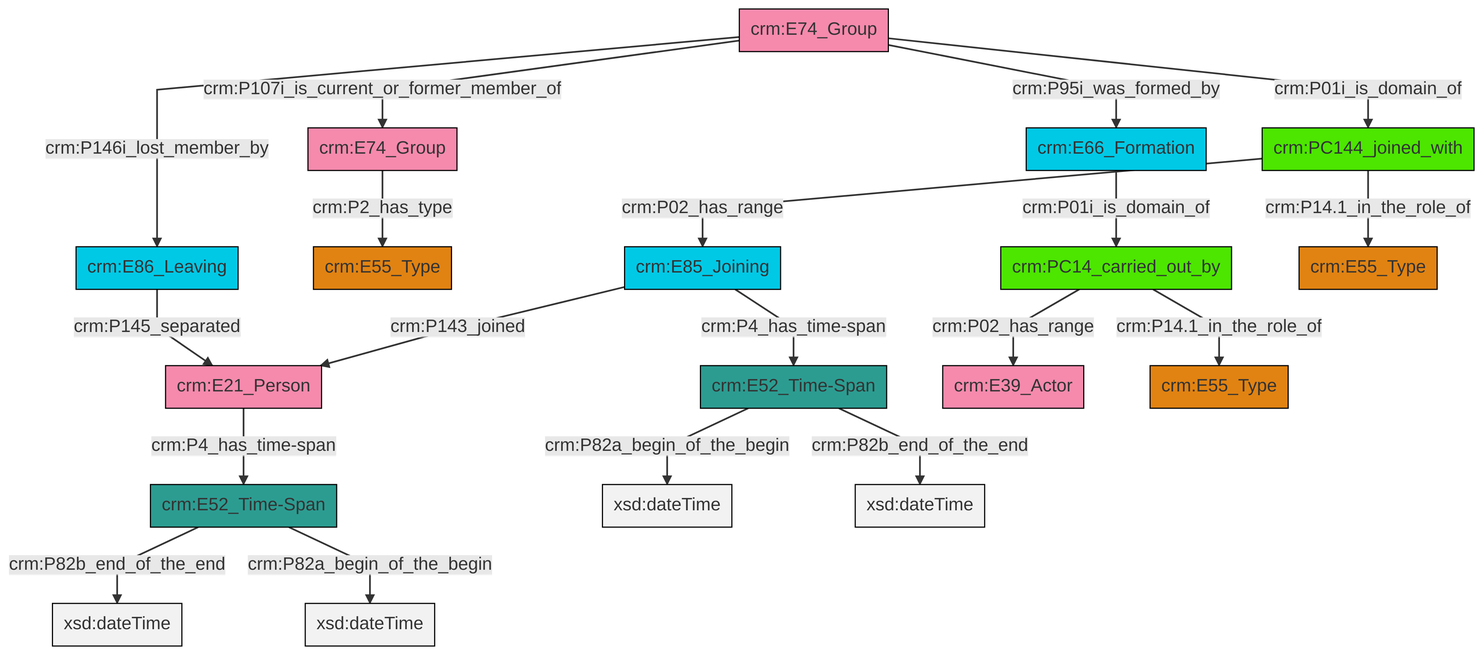
Above: et/groupCSV/ttl/mmd/png/group_actor_relations.png in swiss-art-research-net/docs.swissartresearch (Mermaid), before the change. Its source is kept beside it as et/groupCSV/ttl/mmd/group_actor_relations.ttl.mmd.
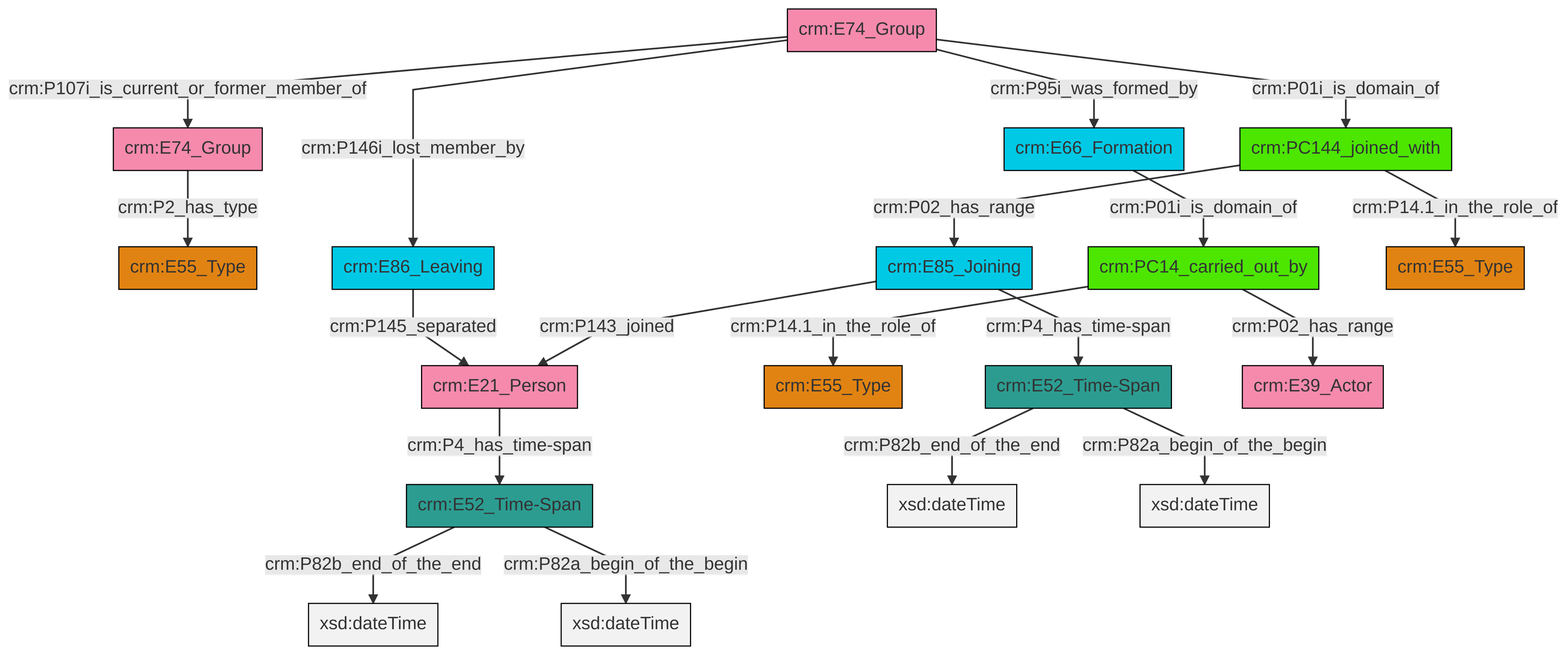
After the change.

Diff of the diagram source:
```diff
@@ -13,21 +13,21 @@
 classDef PC_Classes fill:#4ce600, stroke:#000000;
 classDef Multi fill:#cccccc,stroke:#000000;
 
-2["crm:E85_Joining"]:::Temporal_Entity -->|crm:P143_joined| 3["crm:E21_Person"]:::Actor
-6["crm:E74_Group"]:::Actor -->|crm:P01i_is_domain_of| 7["crm:PC144_joined_with"]:::PC_Classes
-3["crm:E21_Person"]:::Actor -->|crm:P4_has_time-span| 0["crm:E52_Time-Span"]:::Time-Span
-2["crm:E85_Joining"]:::Temporal_Entity -->|crm:P4_has_time-span| 11["crm:E52_Time-Span"]:::Time-Span
-15["crm:E86_Leaving"]:::Temporal_Entity -->|crm:P145_separated| 3["crm:E21_Person"]:::Actor
-9["crm:PC14_carried_out_by"]:::PC_Classes -->|crm:P02_has_range| 13["crm:E39_Actor"]:::Actor
-6["crm:E74_Group"]:::Actor -->|crm:P95i_was_formed_by| 19["crm:E66_Formation"]:::Temporal_Entity
-0["crm:E52_Time-Span"]:::Time-Span -->|crm:P82b_end_of_the_end| 20[xsd:dateTime]:::Literal
-7["crm:PC144_joined_with"]:::PC_Classes -->|crm:P14.1_in_the_role_of| 22["crm:E55_Type"]:::Type
-11["crm:E52_Time-Span"]:::Time-Span -->|crm:P82a_begin_of_the_begin| 23[xsd:dateTime]:::Literal
-0["crm:E52_Time-Span"]:::Time-Span -->|crm:P82a_begin_of_the_begin| 24[xsd:dateTime]:::Literal
-7["crm:PC144_joined_with"]:::PC_Classes -->|crm:P02_has_range| 2["crm:E85_Joining"]:::Temporal_Entity
-6["crm:E74_Group"]:::Actor -->|crm:P107i_is_current_or_former_member_of| 28["crm:E74_Group"]:::Actor
-9["crm:PC14_carried_out_by"]:::PC_Classes -->|crm:P14.1_in_the_role_of| 16["crm:E55_Type"]:::Type
-6["crm:E74_Group"]:::Actor -->|crm:P146i_lost_member_by| 15["crm:E86_Leaving"]:::Temporal_Entity
-11["crm:E52_Time-Span"]:::Time-Span -->|crm:P82b_end_of_the_end| 30[xsd:dateTime]:::Literal
-19["crm:E66_Formation"]:::Temporal_Entity -->|crm:P01i_is_domain_of| 9["crm:PC14_carried_out_by"]:::PC_Classes
-28["crm:E74_Group"]:::Actor -->|crm:P2_has_type| 4["crm:E55_Type"]:::Type
+2["crm:E74_Group"]:::Actor -->|crm:P2_has_type| 0["crm:E55_Type"]:::Type
+3["crm:E85_Joining"]:::Temporal_Entity -->|crm:P4_has_time-span| 4["crm:E52_Time-Span"]:::Time-Span
+7["crm:PC14_carried_out_by"]:::PC_Classes -->|crm:P14.1_in_the_role_of| 8["crm:E55_Type"]:::Type
+9["crm:E74_Group"]:::Actor -->|crm:P146i_lost_member_by| 10["crm:E86_Leaving"]:::Temporal_Entity
+13["crm:E21_Person"]:::Actor -->|crm:P4_has_time-span| 14["crm:E52_Time-Span"]:::Time-Span
+7["crm:PC14_carried_out_by"]:::PC_Classes -->|crm:P02_has_range| 15["crm:E39_Actor"]:::Actor
+9["crm:E74_Group"]:::Actor -->|crm:P95i_was_formed_by| 5["crm:E66_Formation"]:::Temporal_Entity
+14["crm:E52_Time-Span"]:::Time-Span -->|crm:P82b_end_of_the_end| 20[xsd:dateTime]:::Literal
+10["crm:E86_Leaving"]:::Temporal_Entity -->|crm:P145_separated| 13["crm:E21_Person"]:::Actor
+3["crm:E85_Joining"]:::Temporal_Entity -->|crm:P143_joined| 13["crm:E21_Person"]:::Actor
+9["crm:E74_Group"]:::Actor -->|crm:P01i_is_domain_of| 11["crm:PC144_joined_with"]:::PC_Classes
+5["crm:E66_Formation"]:::Temporal_Entity -->|crm:P01i_is_domain_of| 7["crm:PC14_carried_out_by"]:::PC_Classes
+11["crm:PC144_joined_with"]:::PC_Classes -->|crm:P14.1_in_the_role_of| 22["crm:E55_Type"]:::Type
+14["crm:E52_Time-Span"]:::Time-Span -->|crm:P82a_begin_of_the_begin| 30[xsd:dateTime]:::Literal
+9["crm:E74_Group"]:::Actor -->|crm:P107i_is_current_or_former_member_of| 2["crm:E74_Group"]:::Actor
+11["crm:PC144_joined_with"]:::PC_Classes -->|crm:P02_has_range| 3["crm:E85_Joining"]:::Temporal_Entity
+4["crm:E52_Time-Span"]:::Time-Span -->|crm:P82b_end_of_the_end| 32[xsd:dateTime]:::Literal
+4["crm:E52_Time-Span"]:::Time-Span -->|crm:P82a_begin_of_the_begin| 34[xsd:dateTime]:::Literal
```
